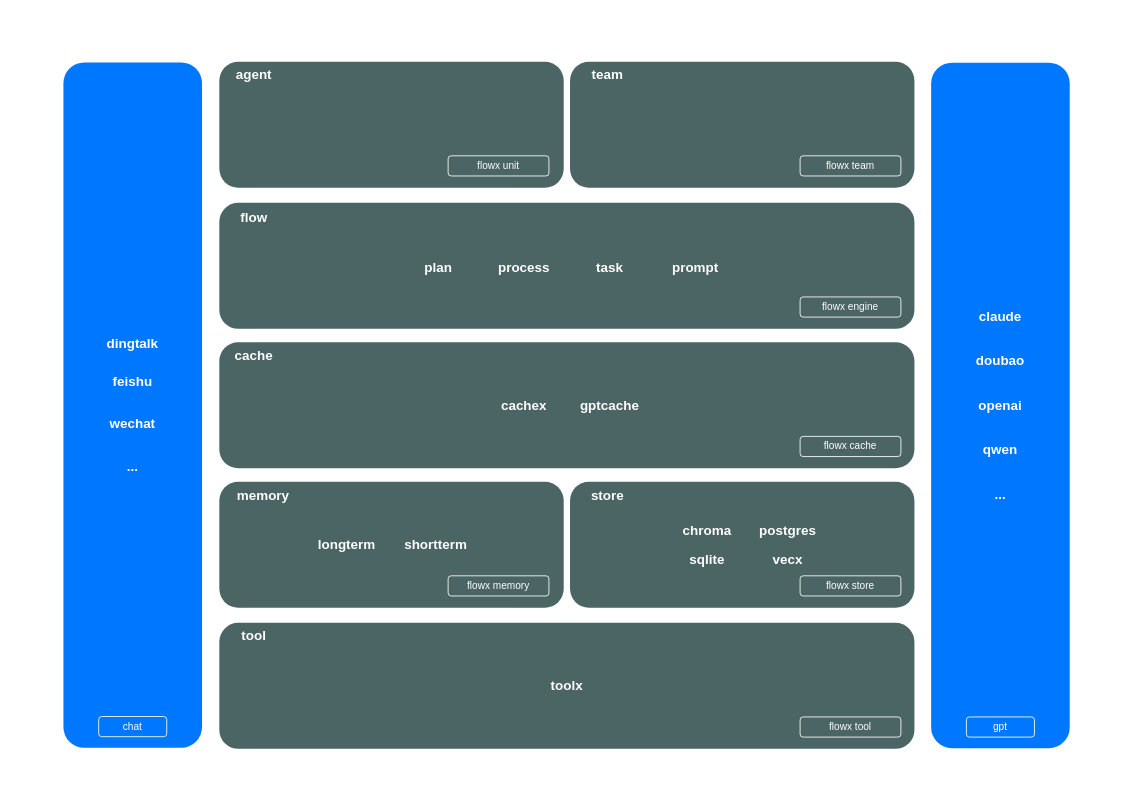
Before: arch.drawio in ai-flowx/flowx, a draw.io diagram. Source tidied: cells renumbered, new cells numbered last; positions are measured from the earlier drawing's top-left corner, leaving out a move shared by most shapes. Both pictures are drawn from the tidied source at 84%, with x=0, y=0 at pixel (14, 14).
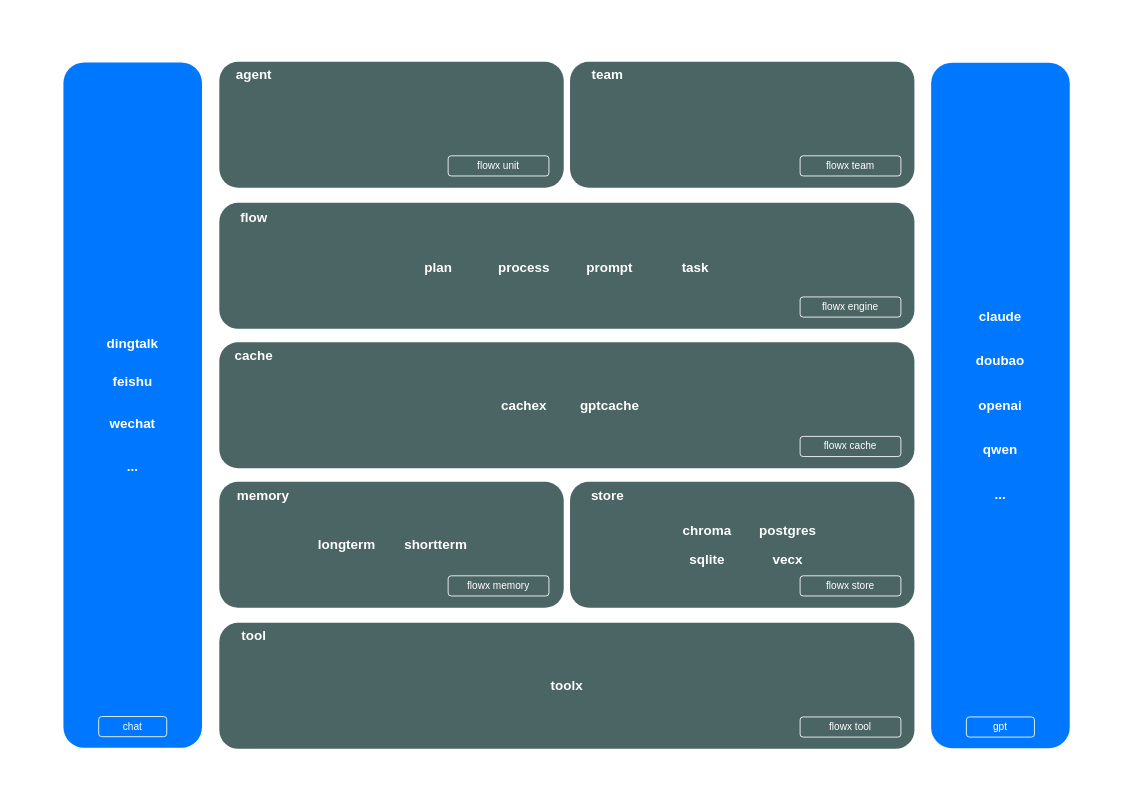
The same diagram, later.

The edit, as a diff of the source:
```diff
@@
-    <mxCell id="35" value="&lt;b&gt;task&lt;/b&gt;" style="text;html=1;strokeColor=none;fillColor=none;align=center;verticalAlign=middle;whiteSpace=wrap;rounded=0;fontSize=16;fontColor=#FFFFFF;" parent="1" vertex="1">
+    <mxCell id="35" value="&lt;b&gt;prompt&lt;/b&gt;" style="text;html=1;strokeColor=none;fillColor=none;align=center;verticalAlign=middle;whiteSpace=wrap;rounded=0;fontSize=16;fontColor=#FFFFFF;" parent="1" vertex="1">
       <mxGeometry x="662.8" y="286" width="91" height="30" as="geometry" />
     </mxCell>
@@
-    <mxCell id="49" value="&lt;b&gt;prompt&lt;/b&gt;" style="text;html=1;strokeColor=none;fillColor=none;align=center;verticalAlign=middle;whiteSpace=wrap;rounded=0;fontSize=16;fontColor=#FFFFFF;" parent="1" vertex="1">
+    <mxCell id="49" value="&lt;b&gt;task&lt;/b&gt;" style="text;html=1;strokeColor=none;fillColor=none;align=center;verticalAlign=middle;whiteSpace=wrap;rounded=0;fontSize=16;fontColor=#FFFFFF;" parent="1" vertex="1">
       <mxGeometry x="764.8" y="286" width="91" height="30" as="geometry" />
     </mxCell>
```
